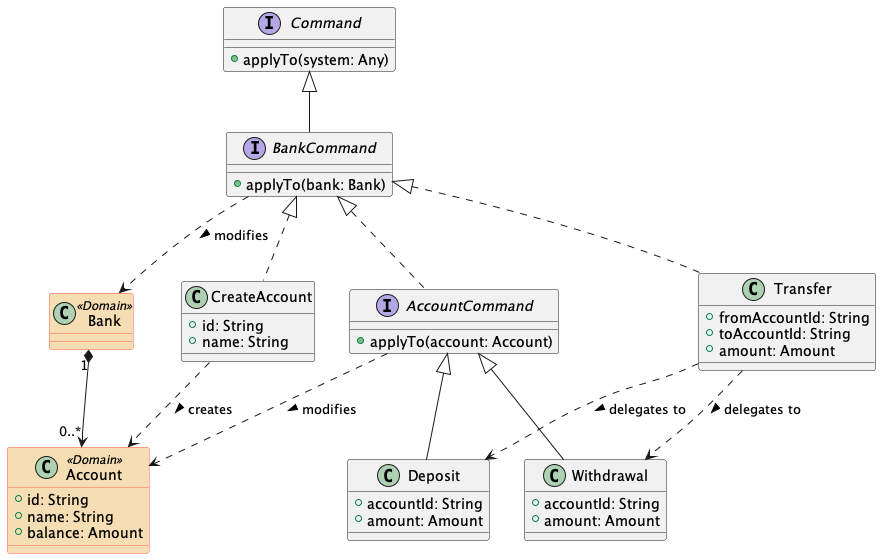
Before: docs/bank.png, a diagram exported from PlantUML (xrrocha/kmemimg). Source of this version:
```plantuml
@startuml
skinparam class {
    BackgroundColor<<Domain>> Wheat
    BorderColor<<Domain>> Tomato
}

interface Command {
    + applyTo(system: Any)
}

together {
    class Bank <<Domain>> {
    }
    class Account <<Domain>> {
        + id: String
        + name: String
        + balance: Amount
    }
    Bank "1" *--> "0..*" Account
}

    interface BankCommand {
        + applyTo(bank: Bank)
    }
    Command <|-- BankCommand
    BankCommand ..> Bank: modifies >

class CreateAccount {
    + id: String
    + name: String
}
BankCommand <|.. CreateAccount
CreateAccount ..> Account: creates >

together {
    interface AccountCommand {
        + applyTo(account: Account)
    }
    BankCommand <|.. AccountCommand
    AccountCommand ..> Account: modifies >
    class Deposit extends AccountCommand {
        + accountId: String
        + amount: Amount
    }

    class Withdrawal extends AccountCommand {
        + accountId: String
        + amount: Amount
    }
}

class Transfer implements BankCommand {
    + fromAccountId: String
    + toAccountId: String
    + amount: Amount
}
Transfer ..> Deposit: delegates to >
Transfer ..> Withdrawal: delegates to >

@enduml
```
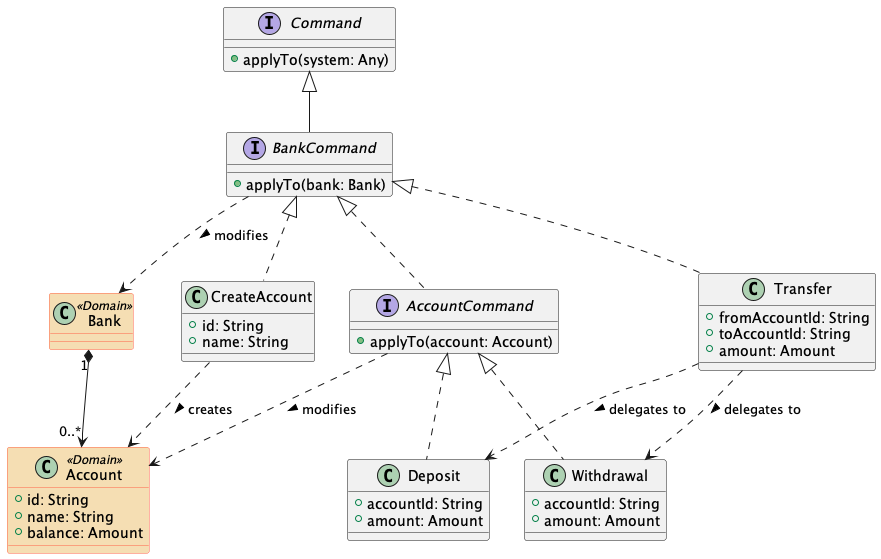
After the change.

Commit message:
Improved first version of article by adding partial diagrams

What changed in the source:
```diff
@@ -38,12 +38,12 @@
     }
     BankCommand <|.. AccountCommand
     AccountCommand ..> Account: modifies >
-    class Deposit extends AccountCommand {
+    class Deposit implements AccountCommand {
         + accountId: String
         + amount: Amount
     }
 
-    class Withdrawal extends AccountCommand {
+    class Withdrawal implements AccountCommand {
         + accountId: String
         + amount: Amount
     }
```
